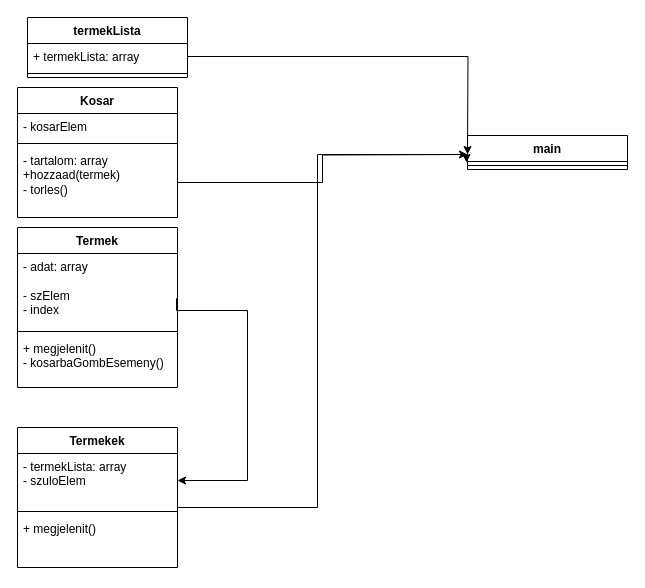
Before: leiras/kész terv.drawio in fabuandras/js_projektmunka_2025-05-14--2025-06-02, a draw.io diagram. Source tidied: cells renumbered, new cells numbered last; positions are measured from the earlier drawing's top-left corner, leaving out a move shared by most shapes. Both pictures are drawn from the tidied source at 100%, with x=0, y=0 at pixel (17, 17).
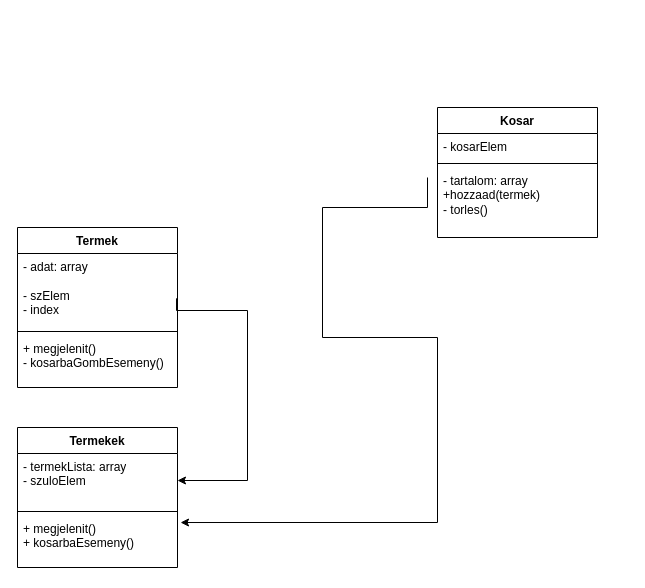
The same diagram, later.

The change refers to these unchanged cells:
```xml
<mxCell id="5" value="- tartalom: array&lt;div&gt;+hozzaad(termek)&lt;/div&gt;&lt;div&gt;- torles()&lt;/div&gt;" style="text;strokeColor=none;fillColor=none;align=left;verticalAlign=top;spacingLeft=4;spacingRight=4;overflow=hidden;points=[[0,0.5],[1,0.5]];portConstraint=eastwest;whiteSpace=wrap;html=1;" parent="2" vertex="1">
  <mxGeometry y="60" width="160" height="70" as="geometry" />
</mxCell>
<mxCell id="10" value="Termekek" style="swimlane;fontStyle=1;align=center;verticalAlign=top;horizontal=1;startSize=26;whiteSpace=wrap;html=1;" parent="1" vertex="1">
  <mxGeometry y="410" width="160" height="140" as="geometry" />
</mxCell>
<mxCell id="11" value="- termekLista: array&lt;div&gt;- szuloElem&lt;br&gt;&lt;br&gt;&lt;/div&gt;" style="text;strokeColor=none;fillColor=none;align=left;verticalAlign=top;spacingLeft=4;spacingRight=4;overflow=hidden;points=[[0,0.5],[1,0.5]];portConstraint=eastwest;whiteSpace=wrap;html=1;" parent="10" vertex="1">
  <mxGeometry y="26" width="160" height="54" as="geometry" />
</mxCell>
```

Diff of the diagram source:
```diff
@@
     <mxCell id="2" value="Kosar" style="swimlane;fontStyle=1;align=center;verticalAlign=top;horizontal=1;startSize=26;whiteSpace=wrap;html=1;" parent="1" vertex="1">
-      <mxGeometry y="70" width="160" height="130" as="geometry" />
+      <mxGeometry x="420" y="90" width="160" height="130" as="geometry" />
     </mxCell>
@@
-    <mxCell id="13" value="+ megjelenit()" style="text;strokeColor=none;fillColor=none;align=left;verticalAlign=top;spacingLeft=4;spacingRight=4;overflow=hidden;points=[[0,0.5],[1,0.5]];portConstraint=eastwest;whiteSpace=wrap;html=1;" parent="10" vertex="1">
+    <mxCell id="13" value="+ megjelenit()&lt;div&gt;+ kosarbaEsemeny()&lt;/div&gt;" style="text;strokeColor=none;fillColor=none;align=left;verticalAlign=top;spacingLeft=4;spacingRight=4;overflow=hidden;points=[[0,0.5],[1,0.5]];portConstraint=eastwest;whiteSpace=wrap;html=1;" parent="10" vertex="1">
       <mxGeometry y="88" width="160" height="52" as="geometry" />
     </mxCell>
-    <mxCell id="14" value="main" style="swimlane;fontStyle=1;align=center;verticalAlign=top;horizontal=1;startSize=26;whiteSpace=wrap;html=1;" parent="1" vertex="1">
-      <mxGeometry x="450" y="118" width="160" height="34" as="geometry" />
-    </mxCell>
-    <mxCell id="15" style="line;strokeWidth=1;fillColor=none;align=left;verticalAlign=middle;spacingTop=-1;spacingLeft=3;spacingRight=3;labelPosition=right;strokeColor=inherit;" parent="14" vertex="1">
-      <mxGeometry y="26" width="160" height="8" as="geometry" />
-    </mxCell>
-    <mxCell id="16" value="termekLista" style="swimlane;fontStyle=1;align=center;verticalAlign=top;horizontal=1;startSize=26;whiteSpace=wrap;html=1;" parent="1" vertex="1">
-      <mxGeometry x="10" width="160" height="60" as="geometry" />
-    </mxCell>
-    <mxCell id="17" value="+ termekLista: array" style="text;strokeColor=none;fillColor=none;align=left;verticalAlign=top;spacingLeft=4;spacingRight=4;overflow=hidden;points=[[0,0.5],[1,0.5]];portConstraint=eastwest;whiteSpace=wrap;html=1;" parent="16" vertex="1">
-      <mxGeometry y="26" width="160" height="26" as="geometry" />
-    </mxCell>
-    <mxCell id="18" style="line;strokeWidth=1;fillColor=none;align=left;verticalAlign=middle;spacingTop=-1;spacingLeft=3;spacingRight=3;labelPosition=right;strokeColor=inherit;" parent="16" vertex="1">
-      <mxGeometry y="52" width="160" height="8" as="geometry" />
-    </mxCell>
@@
-    <mxCell id="20" style="edgeStyle=orthogonalEdgeStyle;rounded=0;jettySize=auto;html=1;" parent="1" edge="1" source="5">
+    <mxCell id="20" style="edgeStyle=orthogonalEdgeStyle;rounded=0;jettySize=auto;html=1;entryX=1.019;entryY=0.135;entryDx=0;entryDy=0;entryPerimeter=0;" parent="1" edge="1" target="13">
       <mxGeometry relative="1" as="geometry">
-        <mxPoint x="450" y="137" as="targetPoint" />
+        <mxPoint x="410" y="160" as="sourcePoint" />
+        <Array as="points">
+          <mxPoint x="410" y="190" />
+          <mxPoint x="305" y="190" />
+          <mxPoint x="305" y="320" />
+          <mxPoint x="420" y="320" />
+          <mxPoint x="420" y="505" />
+        </Array>
       </mxGeometry>
     </mxCell>
-    <mxCell id="21" style="edgeStyle=orthogonalEdgeStyle;rounded=0;jettySize=auto;html=1;entryX=-0.006;entryY=0.808;entryDx=0;entryDy=0;entryPerimeter=0;" parent="1" edge="1" source="11">
-      <mxGeometry relative="1" as="geometry">
-        <mxPoint x="449" y="145" as="targetPoint" />
-        <Array as="points">
-          <mxPoint x="300" y="490" />
-          <mxPoint x="300" y="137" />
-          <mxPoint x="449" y="137" />
-        </Array>
-      </mxGeometry>
-    </mxCell>
-    <mxCell id="22" style="edgeStyle=orthogonalEdgeStyle;rounded=0;jettySize=auto;html=1;" parent="1" edge="1" source="17">
-      <mxGeometry relative="1" as="geometry">
-        <mxPoint x="450" y="137" as="targetPoint" />
-      </mxGeometry>
-    </mxCell>
```
